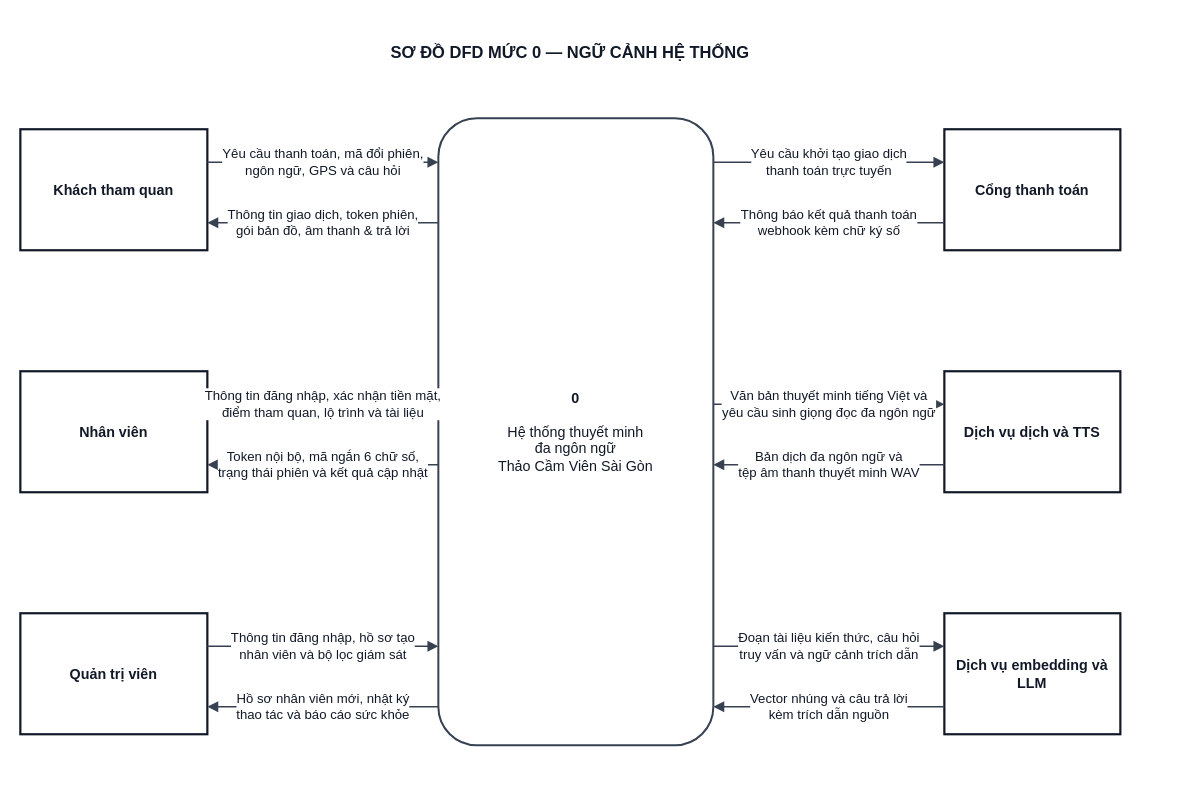
Before: docs/diagram/dfd/DFD_Level_0_Context.drawio in Kazuken123/prj_sgu26_cnpm, a draw.io diagram. Source tidied: cells renumbered, new cells numbered last; positions are measured from the earlier drawing's top-left corner, leaving out a move shared by most shapes. Both pictures are drawn from the tidied source at 110%, with x=0, y=0 at pixel (20, 30).
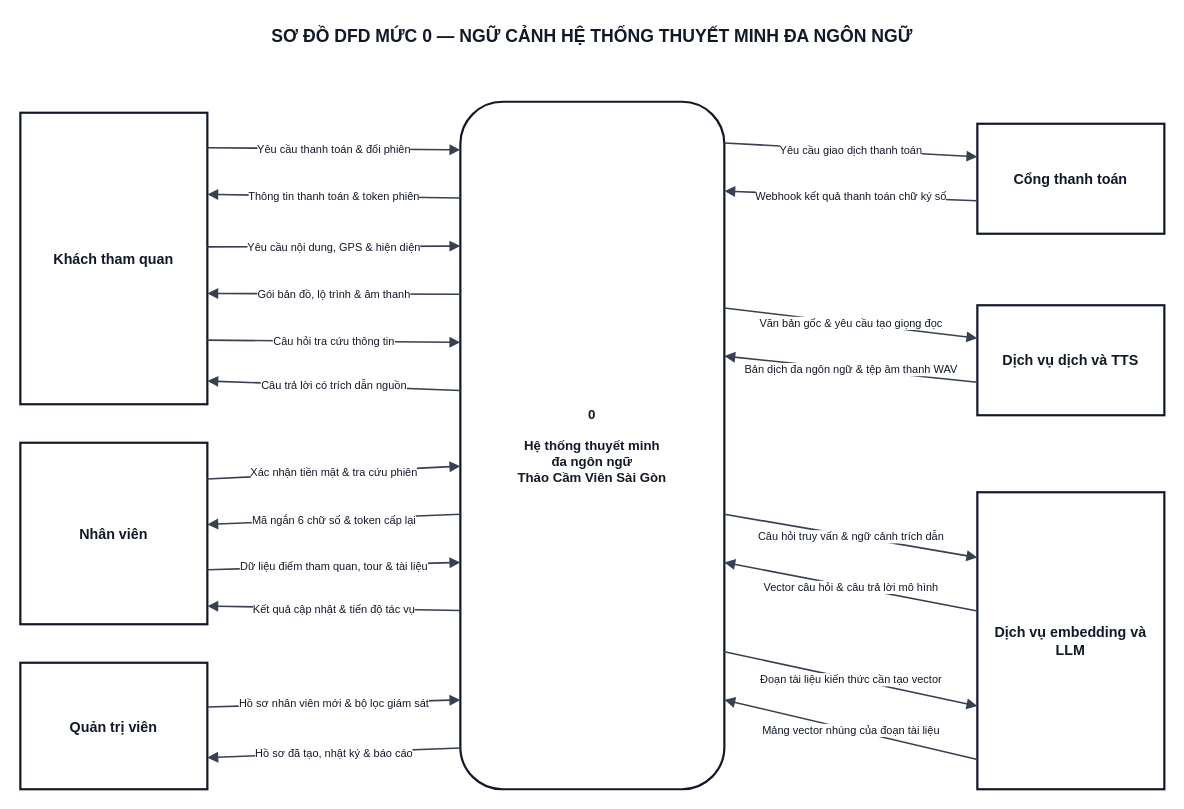
After the change.

Change to the diagram source:
```diff
@@
-    <mxCell id="2" value="SƠ ĐỒ DFD MỨC 0 — NGỮ CẢNH HỆ THỐNG" style="text;html=1;align=center;verticalAlign=middle;whiteSpace=wrap;fontFamily=Arial;fontSize=15;fontStyle=1;fillColor=none;strokeColor=none;fontColor=#111827;" parent="1" vertex="1">
-      <mxGeometry width="1000" height="40" as="geometry" />
+    <mxCell id="2" value="SƠ ĐỒ DFD MỨC 0 — NGỮ CẢNH HỆ THỐNG THUYẾT MINH ĐA NGÔN NGỮ" style="text;html=1;align=center;verticalAlign=middle;whiteSpace=wrap;fontFamily=Arial;fontSize=16;fontStyle=1;fillColor=none;strokeColor=none;fontColor=#111827;" parent="1" vertex="1">
+      <mxGeometry y="-10" width="1040" height="30" as="geometry" />
     </mxCell>
-    <mxCell id="3" value="&lt;b&gt;0&lt;/b&gt;&lt;br/&gt;&lt;br/&gt;Hệ thống thuyết minh&lt;br/&gt;đa ngôn ngữ&lt;br/&gt;Thảo Cầm Viên Sài Gòn" style="rounded=1;arcSize=14;whiteSpace=wrap;html=1;fillColor=#FFFFFF;strokeColor=#374151;strokeWidth=1.8;fontFamily=Arial;fontSize=13;fontColor=#111827;align=center;" parent="1" vertex="1">
-      <mxGeometry x="380" y="80" width="250" height="570" as="geometry" />
+    <mxCell id="3" value="&lt;b&gt;0&lt;/b&gt;&lt;br/&gt;&lt;br/&gt;Hệ thống thuyết minh&lt;br/&gt;đa ngôn ngữ&lt;br/&gt;Thảo Cầm Viên Sài Gòn" style="rounded=1;arcSize=16;whiteSpace=wrap;html=1;fillColor=#FFFFFF;strokeColor=#111827;strokeWidth=2;fontFamily=Arial;fontSize=12;fontStyle=1;fontColor=#111827;align=center;" parent="1" vertex="1">
+      <mxGeometry x="400" y="65" width="240" height="625" as="geometry" />
     </mxCell>
     <mxCell id="4" value="Khách tham quan" style="rounded=0;whiteSpace=wrap;html=1;fillColor=#FFFFFF;strokeColor=#111827;strokeWidth=2;fontFamily=Arial;fontSize=13;fontStyle=1;fontColor=#111827;align=center;" parent="1" vertex="1">
-      <mxGeometry y="90" width="170" height="110" as="geometry" />
+      <mxGeometry y="75" width="170" height="265" as="geometry" />
     </mxCell>
     <mxCell id="5" value="Nhân viên" style="rounded=0;whiteSpace=wrap;html=1;fillColor=#FFFFFF;strokeColor=#111827;strokeWidth=2;fontFamily=Arial;fontSize=13;fontStyle=1;fontColor=#111827;align=center;" parent="1" vertex="1">
-      <mxGeometry y="310" width="170" height="110" as="geometry" />
+      <mxGeometry y="375" width="170" height="165" as="geometry" />
     </mxCell>
     <mxCell id="6" value="Quản trị viên" style="rounded=0;whiteSpace=wrap;html=1;fillColor=#FFFFFF;strokeColor=#111827;strokeWidth=2;fontFamily=Arial;fontSize=13;fontStyle=1;fontColor=#111827;align=center;" parent="1" vertex="1">
-      <mxGeometry y="530" width="170" height="110" as="geometry" />
+      <mxGeometry y="575" width="170" height="115" as="geometry" />
     </mxCell>
     <mxCell id="7" value="Cổng thanh toán" style="rounded=0;whiteSpace=wrap;html=1;fillColor=#FFFFFF;strokeColor=#111827;strokeWidth=2;fontFamily=Arial;fontSize=13;fontStyle=1;fontColor=#111827;align=center;" parent="1" vertex="1">
-      <mxGeometry x="840" y="90" width="160" height="110" as="geometry" />
+      <mxGeometry x="870" y="85" width="170" height="100" as="geometry" />
     </mxCell>
     <mxCell id="8" value="Dịch vụ dịch và TTS" style="rounded=0;whiteSpace=wrap;html=1;fillColor=#FFFFFF;strokeColor=#111827;strokeWidth=2;fontFamily=Arial;fontSize=13;fontStyle=1;fontColor=#111827;align=center;" parent="1" vertex="1">
-      <mxGeometry x="840" y="310" width="160" height="110" as="geometry" />
+      <mxGeometry x="870" y="250" width="170" height="100" as="geometry" />
     </mxCell>
     <mxCell id="9" value="Dịch vụ embedding và LLM" style="rounded=0;whiteSpace=wrap;html=1;fillColor=#FFFFFF;strokeColor=#111827;strokeWidth=2;fontFamily=Arial;fontSize=13;fontStyle=1;fontColor=#111827;align=center;" parent="1" vertex="1">
-      <mxGeometry x="840" y="530" width="160" height="110" as="geometry" />
+      <mxGeometry x="870" y="420" width="170" height="270" as="geometry" />
     </mxCell>
-    <mxCell id="10" value="Yêu cầu thanh toán, mã đổi phiên,&lt;br/&gt;ngôn ngữ, GPS và câu hỏi" style="edgeStyle=none;rounded=0;html=1;exitX=1.0;exitY=0.2727;entryX=0.0;entryY=0.0702;strokeColor=#374151;strokeWidth=1.5;endArrow=block;endFill=1;fontFamily=Arial;fontSize=12;fontColor=#111827;labelBackgroundColor=#FFFFFF;" parent="1" edge="1" source="4" target="3">
-      <mxGeometry relative="1" as="geometry" />
-    </mxCell>
-    <mxCell id="11" value="Thông tin giao dịch, token phiên,&lt;br/&gt;gói bản đồ, âm thanh &amp;amp; trả lời" style="edgeStyle=none;rounded=0;html=1;exitX=0.0;exitY=0.1667;entryX=1.0;entryY=0.7727;strokeColor=#374151;strokeWidth=1.5;endArrow=block;endFill=1;fontFamily=Arial;fontSize=12;fontColor=#111827;labelBackgroundColor=#FFFFFF;" parent="1" edge="1" source="3" target="4">
-      <mxGeometry relative="1" as="geometry" />
-    </mxCell>
-    <mxCell id="12" value="Thông tin đăng nhập, xác nhận tiền mặt,&lt;br/&gt;điểm tham quan, lộ trình và tài liệu" style="edgeStyle=none;rounded=0;html=1;exitX=1.0;exitY=0.2727;entryX=0.0;entryY=0.4561;strokeColor=#374151;strokeWidth=1.5;endArrow=block;endFill=1;fontFamily=Arial;fontSize=12;fontColor=#111827;labelBackgroundColor=#FFFFFF;" parent="1" edge="1" source="5" target="3">
-      <mxGeometry relative="1" as="geometry" />
-    </mxCell>
-    <mxCell id="13" value="Token nội bộ, mã ngắn 6 chữ số,&lt;br/&gt;trạng thái phiên và kết quả cập nhật" style="edgeStyle=none;rounded=0;html=1;exitX=0.0;exitY=0.5526;entryX=1.0;entryY=0.7727;strokeColor=#374151;strokeWidth=1.5;endArrow=block;endFill=1;fontFamily=Arial;fontSize=12;fontColor=#111827;labelBackgroundColor=#FFFFFF;" parent="1" edge="1" source="3" target="5">
-      <mxGeometry relative="1" as="geometry" />
-    </mxCell>
+    <mxCell id="22" value="Yêu cầu thanh toán &amp; đổi phiên" style="rounded=0;html=1;strokeColor=#374151;strokeWidth=1.5;endArrow=block;endFill=1;fontFamily=Arial;fontSize=10;fontColor=#111827;labelBackgroundColor=#FFFFFF;spacing=2;exitX=1;exitY=0.12;exitDx=0;exitDy=0;entryX=0;entryY=0.07;entryDx=0;entryDy=0;edgeStyle=none;" parent="1" edge="1" source="4" target="3">
+      <mxGeometry relative="1" as="geometry" />
+    </mxCell>
+    <mxCell id="23" value="Thông tin thanh toán &amp; token phiên" style="rounded=0;html=1;strokeColor=#374151;strokeWidth=1.5;endArrow=block;endFill=1;fontFamily=Arial;fontSize=10;fontColor=#111827;labelBackgroundColor=#FFFFFF;spacing=2;exitX=0;exitY=0.14;exitDx=0;exitDy=0;entryX=1;entryY=0.28;entryDx=0;entryDy=0;edgeStyle=none;" parent="1" edge="1" source="3" target="4">
+      <mxGeometry relative="1" as="geometry" />
+    </mxCell>
+    <mxCell id="24" value="Yêu cầu nội dung, GPS &amp; hiện diện" style="rounded=0;html=1;strokeColor=#374151;strokeWidth=1.5;endArrow=block;endFill=1;fontFamily=Arial;fontSize=10;fontColor=#111827;labelBackgroundColor=#FFFFFF;spacing=2;exitX=1;exitY=0.46;exitDx=0;exitDy=0;entryX=0;entryY=0.21;entryDx=0;entryDy=0;edgeStyle=none;" parent="1" edge="1" source="4" target="3">
+      <mxGeometry relative="1" as="geometry" />
+    </mxCell>
+    <mxCell id="25" value="Gói bản đồ, lộ trình &amp; âm thanh" style="rounded=0;html=1;strokeColor=#374151;strokeWidth=1.5;endArrow=block;endFill=1;fontFamily=Arial;fontSize=10;fontColor=#111827;labelBackgroundColor=#FFFFFF;spacing=2;exitX=0;exitY=0.28;exitDx=0;exitDy=0;entryX=1;entryY=0.62;entryDx=0;entryDy=0;edgeStyle=none;" parent="1" edge="1" source="3" target="4">
+      <mxGeometry relative="1" as="geometry" />
+    </mxCell>
+    <mxCell id="26" value="Câu hỏi tra cứu thông tin" style="rounded=0;html=1;strokeColor=#374151;strokeWidth=1.5;endArrow=block;endFill=1;fontFamily=Arial;fontSize=10;fontColor=#111827;labelBackgroundColor=#FFFFFF;spacing=2;exitX=1;exitY=0.78;exitDx=0;exitDy=0;entryX=0;entryY=0.35;entryDx=0;entryDy=0;edgeStyle=none;" parent="1" edge="1" source="4" target="3">
+      <mxGeometry relative="1" as="geometry" />
+    </mxCell>
+    <mxCell id="27" value="Câu trả lời có trích dẫn nguồn" style="rounded=0;html=1;strokeColor=#374151;strokeWidth=1.5;endArrow=block;endFill=1;fontFamily=Arial;fontSize=10;fontColor=#111827;labelBackgroundColor=#FFFFFF;spacing=2;exitX=0;exitY=0.42;exitDx=0;exitDy=0;entryX=1;entryY=0.92;entryDx=0;entryDy=0;edgeStyle=none;" parent="1" edge="1" source="3" target="4">
+      <mxGeometry relative="1" as="geometry" />
+    </mxCell>
+    <mxCell id="28" value="Xác nhận tiền mặt &amp; tra cứu phiên" style="rounded=0;html=1;strokeColor=#374151;strokeWidth=1.5;endArrow=block;endFill=1;fontFamily=Arial;fontSize=10;fontColor=#111827;labelBackgroundColor=#FFFFFF;spacing=2;exitX=1;exitY=0.2;exitDx=0;exitDy=0;entryX=0;entryY=0.53;entryDx=0;entryDy=0;edgeStyle=none;" parent="1" edge="1" source="5" target="3">
+      <mxGeometry relative="1" as="geometry" />
+    </mxCell>
+    <mxCell id="29" value="Mã ngắn 6 chữ số &amp; token cấp lại" style="rounded=0;html=1;strokeColor=#374151;strokeWidth=1.5;endArrow=block;endFill=1;fontFamily=Arial;fontSize=10;fontColor=#111827;labelBackgroundColor=#FFFFFF;spacing=2;exitX=0;exitY=0.6;exitDx=0;exitDy=0;entryX=1;entryY=0.45;entryDx=0;entryDy=0;edgeStyle=none;" parent="1" edge="1" source="3" target="5">
+      <mxGeometry relative="1" as="geometry" />
+    </mxCell>
+    <mxCell id="30" value="Dữ liệu điểm tham quan, tour &amp; tài liệu" style="rounded=0;html=1;strokeColor=#374151;strokeWidth=1.5;endArrow=block;endFill=1;fontFamily=Arial;fontSize=10;fontColor=#111827;labelBackgroundColor=#FFFFFF;spacing=2;exitX=1;exitY=0.7;exitDx=0;exitDy=0;entryX=0;entryY=0.67;entryDx=0;entryDy=0;edgeStyle=none;" parent="1" edge="1" source="5" target="3">
+      <mxGeometry relative="1" as="geometry" />
+    </mxCell>
+    <mxCell id="31" value="Kết quả cập nhật &amp; tiến độ tác vụ" style="rounded=0;html=1;strokeColor=#374151;strokeWidth=1.5;endArrow=block;endFill=1;fontFamily=Arial;fontSize=10;fontColor=#111827;labelBackgroundColor=#FFFFFF;spacing=2;exitX=0;exitY=0.74;exitDx=0;exitDy=0;entryX=1;entryY=0.9;entryDx=0;entryDy=0;edgeStyle=none;" parent="1" edge="1" source="3" target="5">
+      <mxGeometry relative="1" as="geometry" />
+    </mxCell>
-    <mxCell id="14" value="Thông tin đăng nhập, hồ sơ tạo&lt;br/&gt;nhân viên và bộ lọc giám sát" style="edgeStyle=none;rounded=0;html=1;exitX=1.0;exitY=0.2727;entryX=0.0;entryY=0.8421;strokeColor=#374151;strokeWidth=1.5;endArrow=block;endFill=1;fontFamily=Arial;fontSize=12;fontColor=#111827;labelBackgroundColor=#FFFFFF;" parent="1" edge="1" source="6" target="3">
+    <mxCell id="14" value="Hồ sơ nhân viên mới &amp; bộ lọc giám sát" style="rounded=0;html=1;strokeColor=#374151;strokeWidth=1.5;endArrow=block;endFill=1;fontFamily=Arial;fontSize=10;fontColor=#111827;labelBackgroundColor=#FFFFFF;spacing=2;exitX=1;exitY=0.35;exitDx=0;exitDy=0;entryX=0;entryY=0.87;entryDx=0;entryDy=0;edgeStyle=none;" parent="1" edge="1" source="6" target="3">
       <mxGeometry relative="1" as="geometry" />
     </mxCell>
-    <mxCell id="15" value="Hồ sơ nhân viên mới, nhật ký&lt;br/&gt;thao tác và báo cáo sức khỏe" style="edgeStyle=none;rounded=0;html=1;exitX=0.0;exitY=0.9386;entryX=1.0;entryY=0.7727;strokeColor=#374151;strokeWidth=1.5;endArrow=block;endFill=1;fontFamily=Arial;fontSize=12;fontColor=#111827;labelBackgroundColor=#FFFFFF;" parent="1" edge="1" source="3" target="6">
+    <mxCell id="15" value="Hồ sơ đã tạo, nhật ký &amp; báo cáo" style="rounded=0;html=1;strokeColor=#374151;strokeWidth=1.5;endArrow=block;endFill=1;fontFamily=Arial;fontSize=10;fontColor=#111827;labelBackgroundColor=#FFFFFF;spacing=2;exitX=0;exitY=0.94;exitDx=0;exitDy=0;entryX=1;entryY=0.75;entryDx=0;entryDy=0;edgeStyle=none;" parent="1" edge="1" source="3" target="6">
       <mxGeometry relative="1" as="geometry" />
     </mxCell>
-    <mxCell id="16" value="Yêu cầu khởi tạo giao dịch&lt;br/&gt;thanh toán trực tuyến" style="edgeStyle=none;rounded=0;html=1;exitX=1.0;exitY=0.0702;entryX=0.0;entryY=0.2727;strokeColor=#374151;strokeWidth=1.5;endArrow=block;endFill=1;fontFamily=Arial;fontSize=12;fontColor=#111827;labelBackgroundColor=#FFFFFF;" parent="1" edge="1" source="3" target="7">
+    <mxCell id="16" value="Yêu cầu giao dịch thanh toán" style="rounded=0;html=1;strokeColor=#374151;strokeWidth=1.5;endArrow=block;endFill=1;fontFamily=Arial;fontSize=10;fontColor=#111827;labelBackgroundColor=#FFFFFF;spacing=2;exitX=1;exitY=0.06;exitDx=0;exitDy=0;entryX=0;entryY=0.3;entryDx=0;entryDy=0;edgeStyle=none;" parent="1" edge="1" source="3" target="7">
       <mxGeometry relative="1" as="geometry" />
     </mxCell>
-    <mxCell id="17" value="Thông báo kết quả thanh toán&lt;br/&gt;webhook kèm chữ ký số" style="edgeStyle=none;rounded=0;html=1;exitX=0.0;exitY=0.7727;entryX=1.0;entryY=0.1667;strokeColor=#374151;strokeWidth=1.5;endArrow=block;endFill=1;fontFamily=Arial;fontSize=12;fontColor=#111827;labelBackgroundColor=#FFFFFF;" parent="1" edge="1" source="7" target="3">
+    <mxCell id="17" value="Webhook kết quả thanh toán chữ ký số" style="rounded=0;html=1;strokeColor=#374151;strokeWidth=1.5;endArrow=block;endFill=1;fontFamily=Arial;fontSize=10;fontColor=#111827;labelBackgroundColor=#FFFFFF;spacing=2;exitX=0;exitY=0.7;exitDx=0;exitDy=0;entryX=1;entryY=0.13;entryDx=0;entryDy=0;edgeStyle=none;" parent="1" edge="1" source="7" target="3">
       <mxGeometry relative="1" as="geometry" />
     </mxCell>
-    <mxCell id="18" value="Văn bản thuyết minh tiếng Việt và&lt;br/&gt;yêu cầu sinh giọng đọc đa ngôn ngữ" style="edgeStyle=none;rounded=0;html=1;exitX=1.0;exitY=0.4561;entryX=0.0;entryY=0.2727;strokeColor=#374151;strokeWidth=1.5;endArrow=block;endFill=1;fontFamily=Arial;fontSize=12;fontColor=#111827;labelBackgroundColor=#FFFFFF;" parent="1" edge="1" source="3" target="8">
+    <mxCell id="18" value="Văn bản gốc &amp; yêu cầu tạo giọng đọc" style="rounded=0;html=1;strokeColor=#374151;strokeWidth=1.5;endArrow=block;endFill=1;fontFamily=Arial;fontSize=10;fontColor=#111827;labelBackgroundColor=#FFFFFF;spacing=2;exitX=1;exitY=0.3;exitDx=0;exitDy=0;entryX=0;entryY=0.3;entryDx=0;entryDy=0;edgeStyle=none;" parent="1" edge="1" source="3" target="8">
       <mxGeometry relative="1" as="geometry" />
     </mxCell>
-    <mxCell id="19" value="Bản dịch đa ngôn ngữ và&lt;br/&gt;tệp âm thanh thuyết minh WAV" style="edgeStyle=none;rounded=0;html=1;exitX=0.0;exitY=0.7727;entryX=1.0;entryY=0.5526;strokeColor=#374151;strokeWidth=1.5;endArrow=block;endFill=1;fontFamily=Arial;fontSize=12;fontColor=#111827;labelBackgroundColor=#FFFFFF;" parent="1" edge="1" source="8" target="3">
+    <mxCell id="19" value="Bản dịch đa ngôn ngữ &amp; tệp âm thanh WAV" style="rounded=0;html=1;strokeColor=#374151;strokeWidth=1.5;endArrow=block;endFill=1;fontFamily=Arial;fontSize=10;fontColor=#111827;labelBackgroundColor=#FFFFFF;spacing=2;exitX=0;exitY=0.7;exitDx=0;exitDy=0;entryX=1;entryY=0.37;entryDx=0;entryDy=0;edgeStyle=none;" parent="1" edge="1" source="8" target="3">
       <mxGeometry relative="1" as="geometry" />
     </mxCell>
-    <mxCell id="20" value="Đoạn tài liệu kiến thức, câu hỏi&lt;br/&gt;truy vấn và ngữ cảnh trích dẫn" style="edgeStyle=none;rounded=0;html=1;exitX=1.0;exitY=0.8421;entryX=0.0;entryY=0.2727;strokeColor=#374151;strokeWidth=1.5;endArrow=block;endFill=1;fontFamily=Arial;fontSize=12;fontColor=#111827;labelBackgroundColor=#FFFFFF;" parent="1" edge="1" source="3" target="9">
-      <mxGeometry relative="1" as="geometry" />
-    </mxCell>
-    <mxCell id="21" value="Vector nhúng và câu trả lời&lt;br/&gt;kèm trích dẫn nguồn" style="edgeStyle=none;rounded=0;html=1;exitX=0.0;exitY=0.7727;entryX=1.0;entryY=0.9386;strokeColor=#374151;strokeWidth=1.5;endArrow=block;endFill=1;fontFamily=Arial;fontSize=12;fontColor=#111827;labelBackgroundColor=#FFFFFF;" parent="1" edge="1" source="9" target="3">
-      <mxGeometry relative="1" as="geometry" />
-    </mxCell>
+    <mxCell id="32" value="Câu hỏi truy vấn &amp; ngữ cảnh trích dẫn" style="rounded=0;html=1;strokeColor=#374151;strokeWidth=1.5;endArrow=block;endFill=1;fontFamily=Arial;fontSize=10;fontColor=#111827;labelBackgroundColor=#FFFFFF;spacing=2;exitX=1;exitY=0.6;exitDx=0;exitDy=0;entryX=0;entryY=0.22;entryDx=0;entryDy=0;edgeStyle=none;" parent="1" edge="1" source="3" target="9">
+      <mxGeometry relative="1" as="geometry" />
+    </mxCell>
+    <mxCell id="33" value="Vector câu hỏi &amp; câu trả lời mô hình" style="rounded=0;html=1;strokeColor=#374151;strokeWidth=1.5;endArrow=block;endFill=1;fontFamily=Arial;fontSize=10;fontColor=#111827;labelBackgroundColor=#FFFFFF;spacing=2;exitX=0;exitY=0.4;exitDx=0;exitDy=0;entryX=1;entryY=0.67;entryDx=0;entryDy=0;edgeStyle=none;" parent="1" edge="1" source="9" target="3">
+      <mxGeometry relative="1" as="geometry" />
+    </mxCell>
+    <mxCell id="34" value="Đoạn tài liệu kiến thức cần tạo vector" style="rounded=0;html=1;strokeColor=#374151;strokeWidth=1.5;endArrow=block;endFill=1;fontFamily=Arial;fontSize=10;fontColor=#111827;labelBackgroundColor=#FFFFFF;spacing=2;exitX=1;exitY=0.8;exitDx=0;exitDy=0;entryX=0;entryY=0.72;entryDx=0;entryDy=0;edgeStyle=none;" parent="1" edge="1" source="3" target="9">
+      <mxGeometry relative="1" as="geometry" />
+    </mxCell>
+    <mxCell id="35" value="Mảng vector nhúng của đoạn tài liệu" style="rounded=0;html=1;strokeColor=#374151;strokeWidth=1.5;endArrow=block;endFill=1;fontFamily=Arial;fontSize=10;fontColor=#111827;labelBackgroundColor=#FFFFFF;spacing=2;exitX=0;exitY=0.9;exitDx=0;exitDy=0;entryX=1;entryY=0.87;entryDx=0;entryDy=0;edgeStyle=none;" parent="1" edge="1" source="9" target="3">
+      <mxGeometry relative="1" as="geometry" />
+    </mxCell>
```
